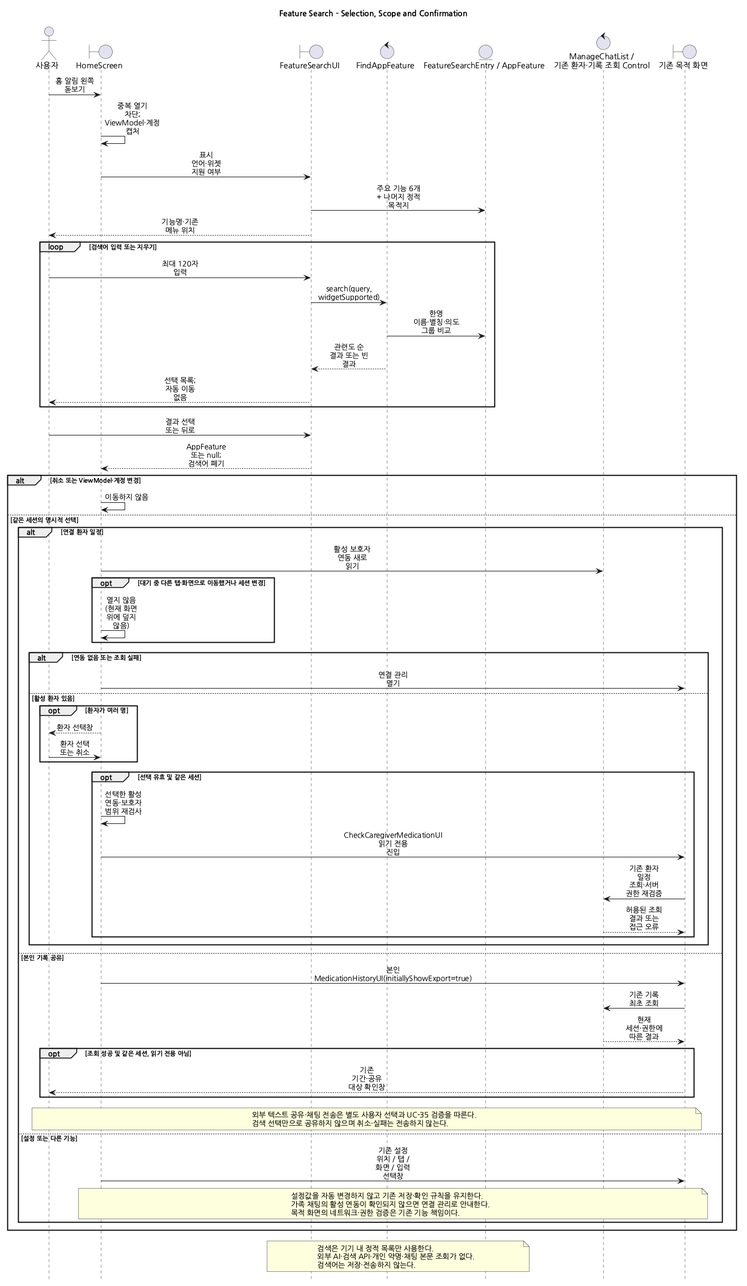
1window2/MedBuddy keeps this PlantUML diagram as docs/UML/sequence/FeatureSearch.png. Above is the earlier version. Its source is kept beside it as docs/UML/sequence/FeatureSearch.puml.
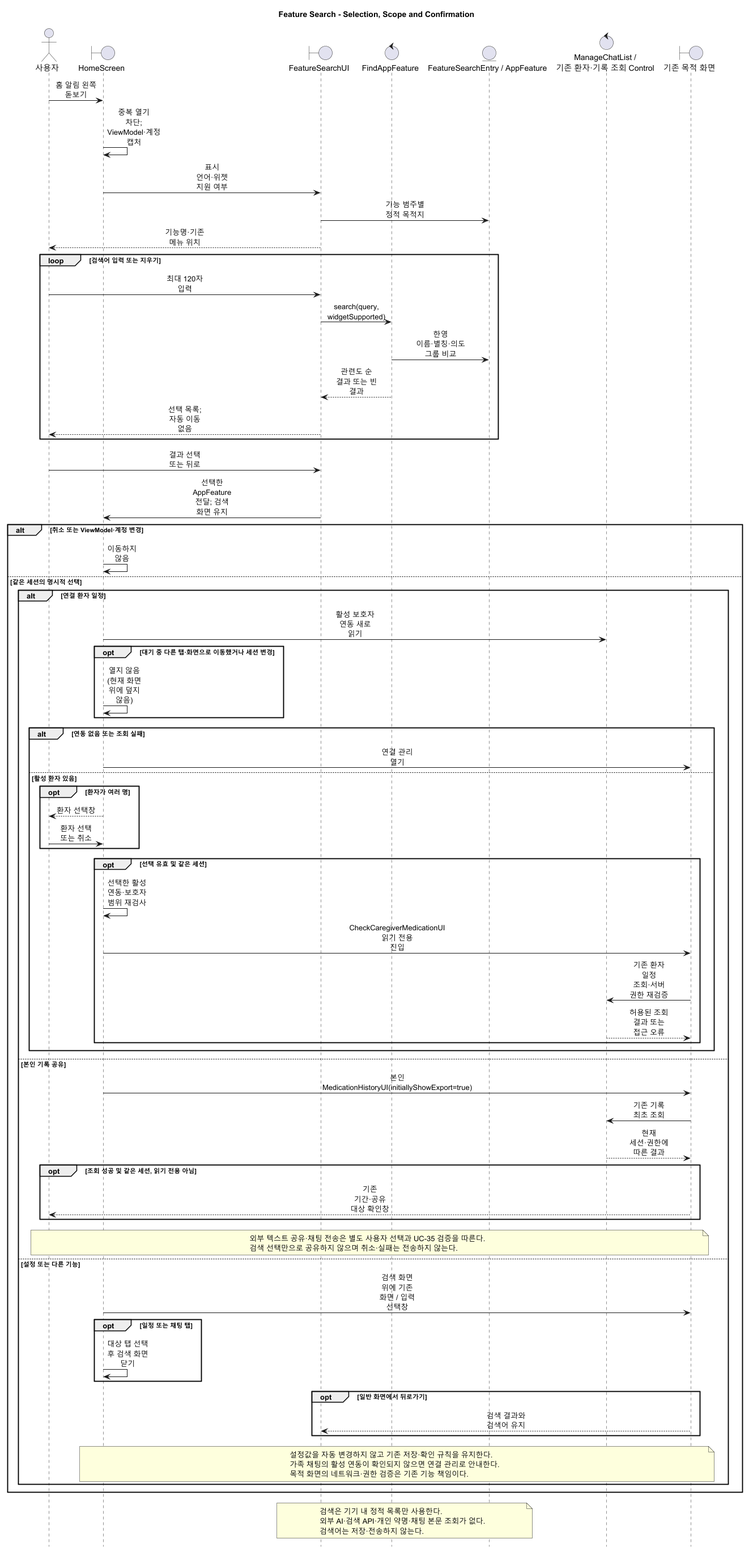
Later version of the same file.

Commit message:
docs(uml): update feature search and medication history flows

What changed in the source:
```diff
@@ -16,7 +16,7 @@
 User -> Home : 홈 알림 왼쪽 돋보기
 Home -> Home : 중복 열기 차단; ViewModel·계정 캡처
 Home -> Search : 표시 언어·위젯 지원 여부
-Search -> Catalog : 주요 기능 6개 + 나머지 정적 목적지
+Search -> Catalog : 기능 범주별 정적 목적지
 Search --> User : 기능명·기존 메뉴 위치
 loop 검색어 입력 또는 지우기
   User -> Search : 최대 120자 입력
@@ -26,7 +26,7 @@
   Search --> User : 선택 목록; 자동 이동 없음
 end
 User -> Search : 결과 선택 또는 뒤로
-Search --> Home : AppFeature 또는 null; 검색어 폐기
+Search -> Home : 선택한 AppFeature 전달; 검색 화면 유지
 alt 취소 또는 ViewModel·계정 변경
   Home -> Home : 이동하지 않음
 else 같은 세션의 명시적 선택
@@ -61,7 +61,13 @@
       검색 선택만으로 공유하지 않으며 취소·실패는 전송하지 않는다.
     end note
   else 설정 또는 다른 기능
-    Home -> Target : 기존 설정 위치 / 탭 / 화면 / 입력 선택창
+    Home -> Target : 검색 화면 위에 기존 화면 / 입력 선택창
+    opt 일정 또는 채팅 탭
+      Home -> Home : 대상 탭 선택 후 검색 화면 닫기
+    end
+    opt 일반 화면에서 뒤로가기
+      Target --> Search : 검색 결과와 검색어 유지
+    end
     note over Home,Target
       설정값을 자동 변경하지 않고 기존 저장·확인 규칙을 유지한다.
       가족 채팅의 활성 연동이 확인되지 않으면 연결 관리로 안내한다.
```
